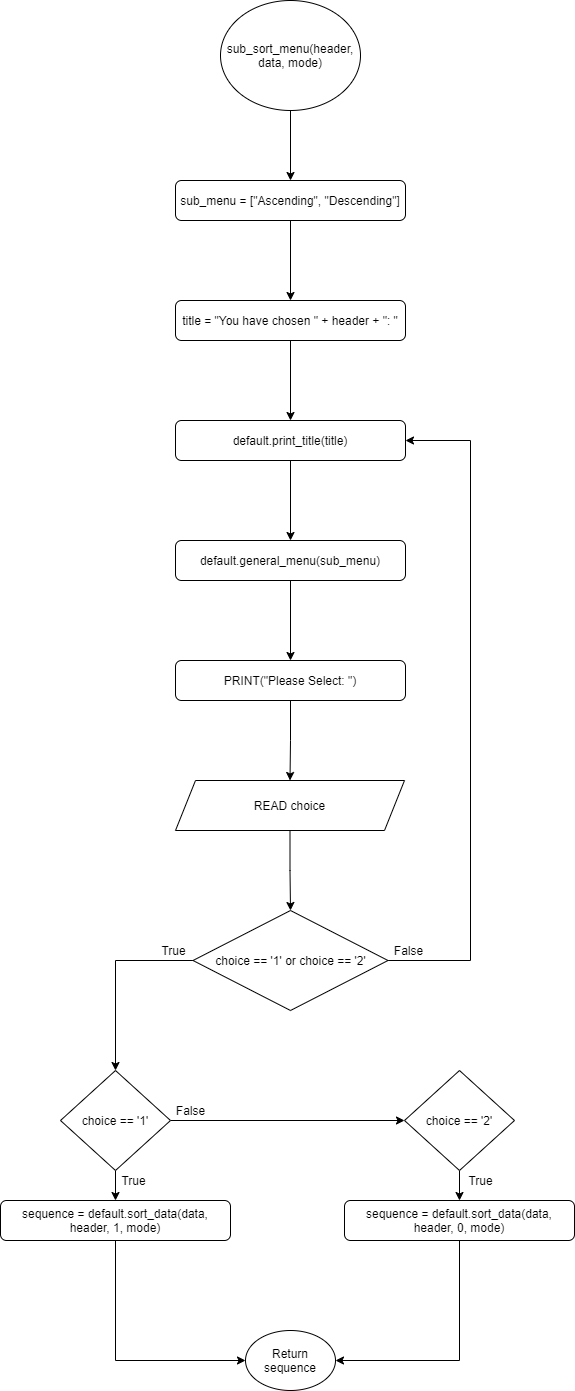
Before: Flowchart/clients/sub_sort_menu.png, a diagram exported from draw.io (RabbitBear00/Car-Rental-System). Source tidied: cells renumbered, new cells last; positions are measured from the earlier drawing's top-left corner, leaving out a move shared by most shapes. Source of this version:
```xml
<mxGraphModel>
  <root>
    <mxCell id="0" />
    <mxCell id="1" parent="0" />
    <mxCell id="2" style="edgeStyle=orthogonalEdgeStyle;rounded=0;jettySize=auto;html=1;" parent="1" edge="1" source="3" target="5">
      <mxGeometry relative="1" as="geometry" />
    </mxCell>
    <mxCell id="3" value="sub_sort_menu(header, data, mode)" style="ellipse;whiteSpace=wrap;html=1;" parent="1" vertex="1">
      <mxGeometry x="220" width="140" height="110" as="geometry" />
    </mxCell>
    <mxCell id="4" style="edgeStyle=orthogonalEdgeStyle;rounded=0;jettySize=auto;html=1;" parent="1" edge="1" source="5" target="7">
      <mxGeometry relative="1" as="geometry" />
    </mxCell>
    <mxCell id="5" value="sub_menu = [&quot;Ascending&quot;, &quot;Descending&quot;]" style="rounded=1;whiteSpace=wrap;html=1;" parent="1" vertex="1">
      <mxGeometry x="175" y="180" width="230" height="40" as="geometry" />
    </mxCell>
    <mxCell id="6" style="edgeStyle=orthogonalEdgeStyle;rounded=0;jettySize=auto;html=1;" parent="1" edge="1" source="7" target="9">
      <mxGeometry relative="1" as="geometry" />
    </mxCell>
    <mxCell id="7" value="title = &quot;You have chosen &quot; + header + &quot;: &quot;" style="rounded=1;whiteSpace=wrap;html=1;" parent="1" vertex="1">
      <mxGeometry x="175" y="300" width="230" height="40" as="geometry" />
    </mxCell>
    <mxCell id="8" style="edgeStyle=orthogonalEdgeStyle;rounded=0;jettySize=auto;html=1;" parent="1" edge="1" source="9" target="11">
      <mxGeometry relative="1" as="geometry" />
    </mxCell>
    <mxCell id="9" value="default.print_title(title)" style="rounded=1;whiteSpace=wrap;html=1;" parent="1" vertex="1">
      <mxGeometry x="175" y="420" width="230" height="40" as="geometry" />
    </mxCell>
    <mxCell id="10" style="edgeStyle=orthogonalEdgeStyle;rounded=0;jettySize=auto;html=1;" parent="1" edge="1" source="11" target="13">
      <mxGeometry relative="1" as="geometry" />
    </mxCell>
    <mxCell id="11" value="default.general_menu(sub_menu)" style="rounded=1;whiteSpace=wrap;html=1;" parent="1" vertex="1">
      <mxGeometry x="175" y="540" width="230" height="40" as="geometry" />
    </mxCell>
    <mxCell id="12" style="edgeStyle=orthogonalEdgeStyle;rounded=0;jettySize=auto;html=1;" parent="1" edge="1" source="13" target="15">
      <mxGeometry relative="1" as="geometry" />
    </mxCell>
    <mxCell id="13" value="PRINT(&quot;Please Select: &quot;)" style="rounded=1;whiteSpace=wrap;html=1;" parent="1" vertex="1">
      <mxGeometry x="175" y="660" width="230" height="40" as="geometry" />
    </mxCell>
    <mxCell id="14" style="edgeStyle=orthogonalEdgeStyle;rounded=0;jettySize=auto;html=1;" parent="1" edge="1" source="15" target="18">
      <mxGeometry relative="1" as="geometry" />
    </mxCell>
    <mxCell id="15" value="READ choice" style="shape=parallelogram;perimeter=parallelogramPerimeter;whiteSpace=wrap;html=1;fixedSize=1;" parent="1" vertex="1">
      <mxGeometry x="175" y="780" width="229" height="50" as="geometry" />
    </mxCell>
    <mxCell id="16" style="edgeStyle=orthogonalEdgeStyle;rounded=0;jettySize=auto;html=1;" parent="1" edge="1" source="18" target="21">
      <mxGeometry relative="1" as="geometry" />
    </mxCell>
    <mxCell id="17" style="edgeStyle=orthogonalEdgeStyle;rounded=0;jettySize=auto;html=1;exitX=1;exitY=0.5;exitDx=0;exitDy=0;entryX=1;entryY=0.5;entryDx=0;entryDy=0;" parent="1" edge="1" source="18" target="9">
      <mxGeometry relative="1" as="geometry">
        <Array as="points">
          <mxPoint x="470" y="960" />
          <mxPoint x="470" y="440" />
        </Array>
      </mxGeometry>
    </mxCell>
    <mxCell id="18" value="choice == '1' or choice == '2'" style="rhombus;whiteSpace=wrap;html=1;" parent="1" vertex="1">
      <mxGeometry x="192.5" y="910" width="195" height="100" as="geometry" />
    </mxCell>
    <mxCell id="19" style="edgeStyle=orthogonalEdgeStyle;rounded=0;jettySize=auto;html=1;" parent="1" edge="1" source="21" target="26">
      <mxGeometry relative="1" as="geometry" />
    </mxCell>
    <mxCell id="20" style="edgeStyle=orthogonalEdgeStyle;rounded=0;jettySize=auto;html=1;entryX=0;entryY=0.5;entryDx=0;entryDy=0;" parent="1" edge="1" source="21" target="23">
      <mxGeometry relative="1" as="geometry" />
    </mxCell>
    <mxCell id="21" value="choice == '1'" style="rhombus;whiteSpace=wrap;html=1;" parent="1" vertex="1">
      <mxGeometry x="60" y="1070" width="110" height="100" as="geometry" />
    </mxCell>
    <mxCell id="22" style="edgeStyle=orthogonalEdgeStyle;rounded=0;jettySize=auto;html=1;" parent="1" edge="1" source="23" target="28">
      <mxGeometry relative="1" as="geometry" />
    </mxCell>
    <mxCell id="23" value="choice == '2'" style="rhombus;whiteSpace=wrap;html=1;" parent="1" vertex="1">
      <mxGeometry x="404" y="1070" width="110" height="100" as="geometry" />
    </mxCell>
    <mxCell id="24" value="Return sequence" style="ellipse;whiteSpace=wrap;html=1;" parent="1" vertex="1">
      <mxGeometry x="245" y="1330" width="90" height="60" as="geometry" />
    </mxCell>
    <mxCell id="25" style="edgeStyle=orthogonalEdgeStyle;rounded=0;jettySize=auto;html=1;entryX=0;entryY=0.5;entryDx=0;entryDy=0;" parent="1" edge="1" source="26" target="24">
      <mxGeometry relative="1" as="geometry">
        <Array as="points">
          <mxPoint x="115" y="1360" />
        </Array>
      </mxGeometry>
    </mxCell>
    <mxCell id="26" value="sequence = default.sort_data(data, header, 1, mode)" style="rounded=1;whiteSpace=wrap;html=1;" parent="1" vertex="1">
      <mxGeometry y="1200" width="230" height="40" as="geometry" />
    </mxCell>
    <mxCell id="27" style="edgeStyle=orthogonalEdgeStyle;rounded=0;jettySize=auto;html=1;entryX=1;entryY=0.5;entryDx=0;entryDy=0;" parent="1" edge="1" source="28" target="24">
      <mxGeometry relative="1" as="geometry">
        <Array as="points">
          <mxPoint x="459" y="1360" />
        </Array>
      </mxGeometry>
    </mxCell>
    <mxCell id="28" value="sequence = default.sort_data(data, header, 0, mode)" style="rounded=1;whiteSpace=wrap;html=1;" parent="1" vertex="1">
      <mxGeometry x="344" y="1200" width="230" height="40" as="geometry" />
    </mxCell>
    <mxCell id="29" value="False" style="text;html=1;align=center;verticalAlign=middle;strokeColor=none;" parent="1" vertex="1">
      <mxGeometry x="388" y="940" width="40" height="20" as="geometry" />
    </mxCell>
    <mxCell id="30" value="False" style="text;html=1;align=center;verticalAlign=middle;strokeColor=none;" parent="1" vertex="1">
      <mxGeometry x="170" y="1100" width="40" height="20" as="geometry" />
    </mxCell>
    <mxCell id="31" value="True" style="text;html=1;align=center;verticalAlign=middle;strokeColor=none;" parent="1" vertex="1">
      <mxGeometry x="153" y="940" width="40" height="20" as="geometry" />
    </mxCell>
    <mxCell id="32" value="True" style="text;html=1;align=center;verticalAlign=middle;strokeColor=none;" parent="1" vertex="1">
      <mxGeometry x="113" y="1170" width="40" height="20" as="geometry" />
    </mxCell>
    <mxCell id="33" value="True" style="text;html=1;align=center;verticalAlign=middle;strokeColor=none;" parent="1" vertex="1">
      <mxGeometry x="460" y="1170" width="40" height="20" as="geometry" />
    </mxCell>
  </root>
</mxGraphModel>
```
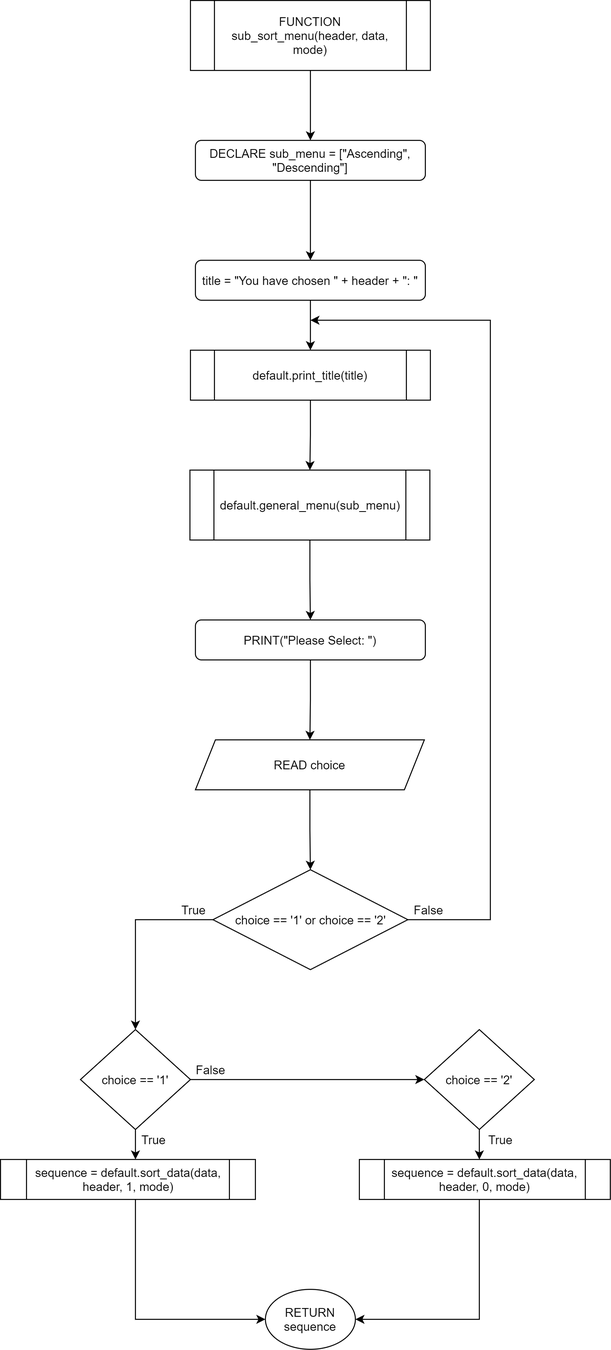
Above is the later version.

The edit, as a diff of the source:
```diff
@@ -2,36 +2,18 @@
   <root>
     <mxCell id="0" />
     <mxCell id="1" parent="0" />
-    <mxCell id="2" style="edgeStyle=orthogonalEdgeStyle;rounded=0;jettySize=auto;html=1;" parent="1" edge="1" source="3" target="5">
-      <mxGeometry relative="1" as="geometry" />
-    </mxCell>
-    <mxCell id="3" value="sub_sort_menu(header, data, mode)" style="ellipse;whiteSpace=wrap;html=1;" parent="1" vertex="1">
-      <mxGeometry x="220" width="140" height="110" as="geometry" />
-    </mxCell>
     <mxCell id="4" style="edgeStyle=orthogonalEdgeStyle;rounded=0;jettySize=auto;html=1;" parent="1" edge="1" source="5" target="7">
       <mxGeometry relative="1" as="geometry" />
     </mxCell>
-    <mxCell id="5" value="sub_menu = [&quot;Ascending&quot;, &quot;Descending&quot;]" style="rounded=1;whiteSpace=wrap;html=1;" parent="1" vertex="1">
+    <mxCell id="5" value="DECLARE sub_menu = [&quot;Ascending&quot;, &quot;Descending&quot;]" style="rounded=1;whiteSpace=wrap;html=1;" parent="1" vertex="1">
       <mxGeometry x="175" y="180" width="230" height="40" as="geometry" />
     </mxCell>
-    <mxCell id="6" style="edgeStyle=orthogonalEdgeStyle;rounded=0;jettySize=auto;html=1;" parent="1" edge="1" source="7" target="9">
+    <mxCell id="6" style="edgeStyle=orthogonalEdgeStyle;rounded=0;jettySize=auto;html=1;endArrow=classic;endFill=1;" parent="1" edge="1" source="7" target="9">
       <mxGeometry relative="1" as="geometry" />
     </mxCell>
     <mxCell id="7" value="title = &quot;You have chosen &quot; + header + &quot;: &quot;" style="rounded=1;whiteSpace=wrap;html=1;" parent="1" vertex="1">
       <mxGeometry x="175" y="300" width="230" height="40" as="geometry" />
     </mxCell>
-    <mxCell id="8" style="edgeStyle=orthogonalEdgeStyle;rounded=0;jettySize=auto;html=1;" parent="1" edge="1" source="9" target="11">
-      <mxGeometry relative="1" as="geometry" />
-    </mxCell>
-    <mxCell id="9" value="default.print_title(title)" style="rounded=1;whiteSpace=wrap;html=1;" parent="1" vertex="1">
-      <mxGeometry x="175" y="420" width="230" height="40" as="geometry" />
-    </mxCell>
-    <mxCell id="10" style="edgeStyle=orthogonalEdgeStyle;rounded=0;jettySize=auto;html=1;" parent="1" edge="1" source="11" target="13">
-      <mxGeometry relative="1" as="geometry" />
-    </mxCell>
-    <mxCell id="11" value="default.general_menu(sub_menu)" style="rounded=1;whiteSpace=wrap;html=1;" parent="1" vertex="1">
-      <mxGeometry x="175" y="540" width="230" height="40" as="geometry" />
-    </mxCell>
     <mxCell id="12" style="edgeStyle=orthogonalEdgeStyle;rounded=0;jettySize=auto;html=1;" parent="1" edge="1" source="13" target="15">
       <mxGeometry relative="1" as="geometry" />
     </mxCell>
@@ -47,19 +29,22 @@
     <mxCell id="16" style="edgeStyle=orthogonalEdgeStyle;rounded=0;jettySize=auto;html=1;" parent="1" edge="1" source="18" target="21">
       <mxGeometry relative="1" as="geometry" />
     </mxCell>
-    <mxCell id="17" style="edgeStyle=orthogonalEdgeStyle;rounded=0;jettySize=auto;html=1;exitX=1;exitY=0.5;exitDx=0;exitDy=0;entryX=1;entryY=0.5;entryDx=0;entryDy=0;" parent="1" edge="1" source="18" target="9">
+    <mxCell id="17" style="edgeStyle=orthogonalEdgeStyle;rounded=0;jettySize=auto;html=1;exitX=1;exitY=0.5;exitDx=0;exitDy=0;" parent="1" edge="1" source="18">
       <mxGeometry relative="1" as="geometry">
+        <mxPoint x="290" y="360" as="targetPoint" />
         <Array as="points">
           <mxPoint x="470" y="960" />
-          <mxPoint x="470" y="440" />
+          <mxPoint x="470" y="360" />
         </Array>
       </mxGeometry>
     </mxCell>
     <mxCell id="18" value="choice == '1' or choice == '2'" style="rhombus;whiteSpace=wrap;html=1;" parent="1" vertex="1">
       <mxGeometry x="192.5" y="910" width="195" height="100" as="geometry" />
     </mxCell>
-    <mxCell id="19" style="edgeStyle=orthogonalEdgeStyle;rounded=0;jettySize=auto;html=1;" parent="1" edge="1" source="21" target="26">
-      <mxGeometry relative="1" as="geometry" />
+    <mxCell id="19" style="edgeStyle=orthogonalEdgeStyle;rounded=0;jettySize=auto;html=1;" parent="1" edge="1" source="21">
+      <mxGeometry relative="1" as="geometry">
+        <mxPoint x="115" y="1200" as="targetPoint" />
+      </mxGeometry>
     </mxCell>
     <mxCell id="20" style="edgeStyle=orthogonalEdgeStyle;rounded=0;jettySize=auto;html=1;entryX=0;entryY=0.5;entryDx=0;entryDy=0;" parent="1" edge="1" source="21" target="23">
       <mxGeometry relative="1" as="geometry" />
@@ -67,35 +52,33 @@
     <mxCell id="21" value="choice == '1'" style="rhombus;whiteSpace=wrap;html=1;" parent="1" vertex="1">
       <mxGeometry x="60" y="1070" width="110" height="100" as="geometry" />
     </mxCell>
-    <mxCell id="22" style="edgeStyle=orthogonalEdgeStyle;rounded=0;jettySize=auto;html=1;" parent="1" edge="1" source="23" target="28">
-      <mxGeometry relative="1" as="geometry" />
+    <mxCell id="22" style="edgeStyle=orthogonalEdgeStyle;rounded=0;jettySize=auto;html=1;" parent="1" edge="1" source="23">
+      <mxGeometry relative="1" as="geometry">
+        <mxPoint x="459" y="1200" as="targetPoint" />
+      </mxGeometry>
     </mxCell>
     <mxCell id="23" value="choice == '2'" style="rhombus;whiteSpace=wrap;html=1;" parent="1" vertex="1">
       <mxGeometry x="404" y="1070" width="110" height="100" as="geometry" />
     </mxCell>
-    <mxCell id="24" value="Return sequence" style="ellipse;whiteSpace=wrap;html=1;" parent="1" vertex="1">
+    <mxCell id="24" value="RETURN sequence" style="ellipse;whiteSpace=wrap;html=1;" parent="1" vertex="1">
       <mxGeometry x="245" y="1330" width="90" height="60" as="geometry" />
     </mxCell>
-    <mxCell id="25" style="edgeStyle=orthogonalEdgeStyle;rounded=0;jettySize=auto;html=1;entryX=0;entryY=0.5;entryDx=0;entryDy=0;" parent="1" edge="1" source="26" target="24">
+    <mxCell id="25" style="edgeStyle=orthogonalEdgeStyle;rounded=0;jettySize=auto;html=1;entryX=0;entryY=0.5;entryDx=0;entryDy=0;" parent="1" edge="1" target="24">
       <mxGeometry relative="1" as="geometry">
+        <mxPoint x="115" y="1240" as="sourcePoint" />
         <Array as="points">
           <mxPoint x="115" y="1360" />
         </Array>
       </mxGeometry>
     </mxCell>
-    <mxCell id="26" value="sequence = default.sort_data(data, header, 1, mode)" style="rounded=1;whiteSpace=wrap;html=1;" parent="1" vertex="1">
-      <mxGeometry y="1200" width="230" height="40" as="geometry" />
-    </mxCell>
-    <mxCell id="27" style="edgeStyle=orthogonalEdgeStyle;rounded=0;jettySize=auto;html=1;entryX=1;entryY=0.5;entryDx=0;entryDy=0;" parent="1" edge="1" source="28" target="24">
+    <mxCell id="27" style="edgeStyle=orthogonalEdgeStyle;rounded=0;jettySize=auto;html=1;entryX=1;entryY=0.5;entryDx=0;entryDy=0;" parent="1" edge="1" target="24">
       <mxGeometry relative="1" as="geometry">
+        <mxPoint x="459" y="1240" as="sourcePoint" />
         <Array as="points">
           <mxPoint x="459" y="1360" />
         </Array>
       </mxGeometry>
     </mxCell>
-    <mxCell id="28" value="sequence = default.sort_data(data, header, 0, mode)" style="rounded=1;whiteSpace=wrap;html=1;" parent="1" vertex="1">
-      <mxGeometry x="344" y="1200" width="230" height="40" as="geometry" />
-    </mxCell>
     <mxCell id="29" value="False" style="text;html=1;align=center;verticalAlign=middle;strokeColor=none;" parent="1" vertex="1">
       <mxGeometry x="388" y="940" width="40" height="20" as="geometry" />
     </mxCell>
@@ -111,5 +94,29 @@
     <mxCell id="33" value="True" style="text;html=1;align=center;verticalAlign=middle;strokeColor=none;" parent="1" vertex="1">
       <mxGeometry x="460" y="1170" width="40" height="20" as="geometry" />
     </mxCell>
+    <mxCell id="34" style="edgeStyle=orthogonalEdgeStyle;rounded=0;jettySize=auto;html=1;endArrow=classic;endFill=1;" parent="1" edge="1" source="35" target="5">
+      <mxGeometry relative="1" as="geometry" />
+    </mxCell>
+    <mxCell id="35" value="FUNCTION sub_sort_menu(header, data, mode)" style="shape=process;whiteSpace=wrap;html=1;backgroundOutline=1;" parent="1" vertex="1">
+      <mxGeometry x="170" y="40" width="240" height="70" as="geometry" />
+    </mxCell>
+    <mxCell id="10" style="edgeStyle=orthogonalEdgeStyle;rounded=0;jettySize=auto;html=1;endArrow=classic;endFill=1;" parent="1" edge="1" source="11" target="13">
+      <mxGeometry relative="1" as="geometry" />
+    </mxCell>
+    <mxCell id="11" value="default.general_menu(sub_menu)" style="shape=process;whiteSpace=wrap;html=1;backgroundOutline=1;" parent="1" vertex="1">
+      <mxGeometry x="169.5" y="510" width="240" height="70" as="geometry" />
+    </mxCell>
+    <mxCell id="8" style="edgeStyle=orthogonalEdgeStyle;rounded=0;jettySize=auto;html=1;endArrow=classic;endFill=1;" parent="1" edge="1" source="9" target="11">
+      <mxGeometry relative="1" as="geometry" />
+    </mxCell>
+    <mxCell id="9" value="default.print_title(title)" style="shape=process;whiteSpace=wrap;html=1;backgroundOutline=1;" parent="1" vertex="1">
+      <mxGeometry x="170" y="390" width="240" height="50" as="geometry" />
+    </mxCell>
+    <mxCell id="26" value="sequence = default.sort_data(data, header, 1, mode)" style="shape=process;whiteSpace=wrap;html=1;backgroundOutline=1;" parent="1" vertex="1">
+      <mxGeometry x="-20" y="1200" width="255" height="40" as="geometry" />
+    </mxCell>
+    <mxCell id="28" value="sequence = default.sort_data(data, header, 0, mode)" style="shape=process;whiteSpace=wrap;html=1;backgroundOutline=1;" parent="1" vertex="1">
+      <mxGeometry x="339" y="1200" width="251" height="40" as="geometry" />
+    </mxCell>
   </root>
 </mxGraphModel>
```
